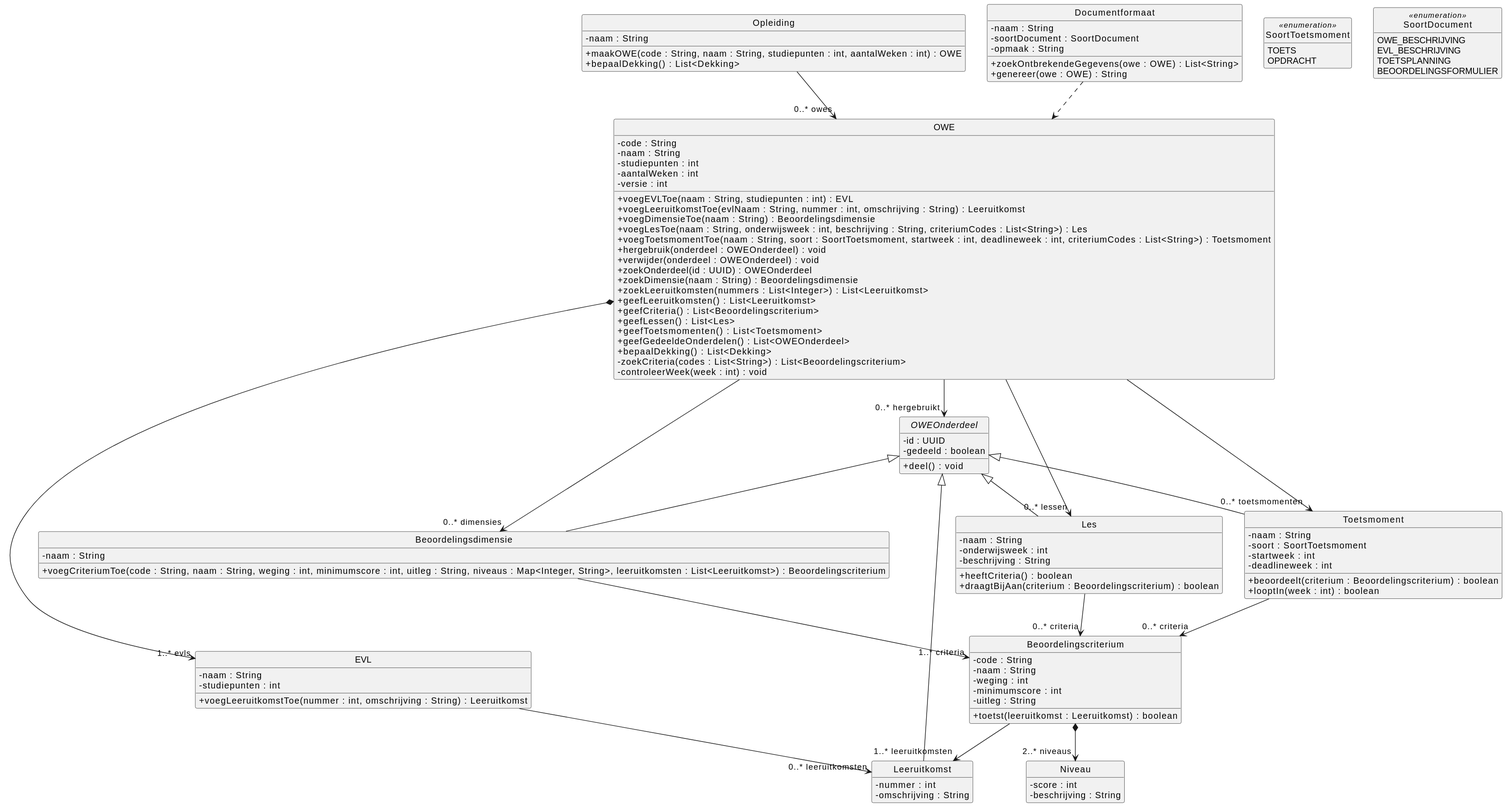
This is docs/diagrams/klassendiagram-domein.svg from HAN-Craftsmanship-KL-JJG/casus, a PlantUML export, as it was before one commit.
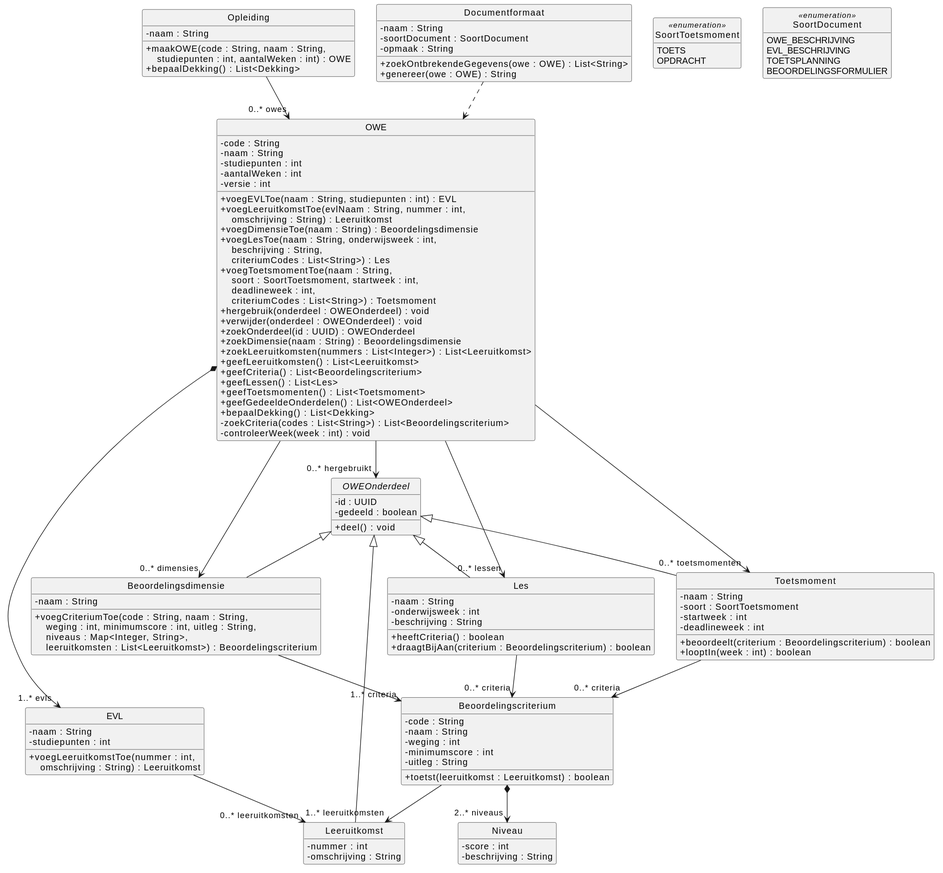
After the commit.

Diff of the diagram source:
```diff
@@ -7,7 +7,7 @@
 
 class Opleiding {
   - naam : String
-  + maakOWE(code : String, naam : String, studiepunten : int, aantalWeken : int) : OWE
+  + maakOWE(code : String, naam : String,\n    studiepunten : int, aantalWeken : int) : OWE
   + bepaalDekking() : List<Dekking>
 }
 
@@ -18,10 +18,10 @@
   - aantalWeken : int
   - versie : int
   + voegEVLToe(naam : String, studiepunten : int) : EVL
-  + voegLeeruitkomstToe(evlNaam : String, nummer : int, omschrijving : String) : Leeruitkomst
+  + voegLeeruitkomstToe(evlNaam : String, nummer : int,\n    omschrijving : String) : Leeruitkomst
   + voegDimensieToe(naam : String) : Beoordelingsdimensie
-  + voegLesToe(naam : String, onderwijsweek : int, beschrijving : String, criteriumCodes : List<String>) : Les
-  + voegToetsmomentToe(naam : String, soort : SoortToetsmoment, startweek : int, deadlineweek : int, criteriumCodes : List<String>) : Toetsmoment
+  + voegLesToe(naam : String, onderwijsweek : int,\n    beschrijving : String,\n    criteriumCodes : List<String>) : Les
+  + voegToetsmomentToe(naam : String,\n    soort : SoortToetsmoment, startweek : int,\n    deadlineweek : int,\n    criteriumCodes : List<String>) : Toetsmoment
   + hergebruik(onderdeel : OWEOnderdeel) : void
   + verwijder(onderdeel : OWEOnderdeel) : void
   + zoekOnderdeel(id : UUID) : OWEOnderdeel
@@ -40,7 +40,7 @@
 class EVL {
   - naam : String
   - studiepunten : int
-  + voegLeeruitkomstToe(nummer : int, omschrijving : String) : Leeruitkomst
+  + voegLeeruitkomstToe(nummer : int,\n    omschrijving : String) : Leeruitkomst
 }
 
 abstract class OWEOnderdeel {
@@ -56,7 +56,7 @@
 
 class Beoordelingsdimensie {
   - naam : String
-  + voegCriteriumToe(code : String, naam : String, weging : int, minimumscore : int, uitleg : String, niveaus : Map<Integer, String>, leeruitkomsten : List<Leeruitkomst>) : Beoordelingscriterium
+  + voegCriteriumToe(code : String, naam : String,\n    weging : int, minimumscore : int, uitleg : String,\n    niveaus : Map<Integer, String>,\n    leeruitkomsten : List<Leeruitkomst>) : Beoordelingscriterium
 }
 
 class Beoordelingscriterium {
```
